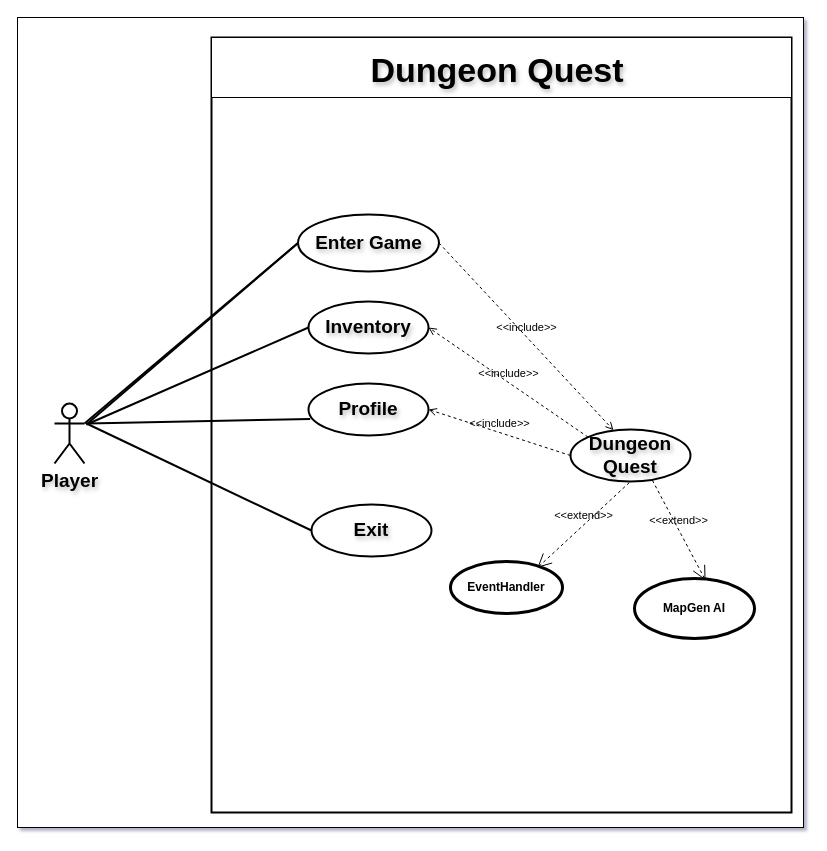
This is documentation/Use_Case.drawio from Bhavishek01/Dungeon_Explorer, a draw.io file, before an edit. Source tidied: cells renumbered, new cells numbered last; positions are measured from the earlier drawing's top-left corner, leaving out a move shared by most shapes. Both pictures are drawn from the tidied source at 100%, with x=0, y=0 at pixel (17, 17).
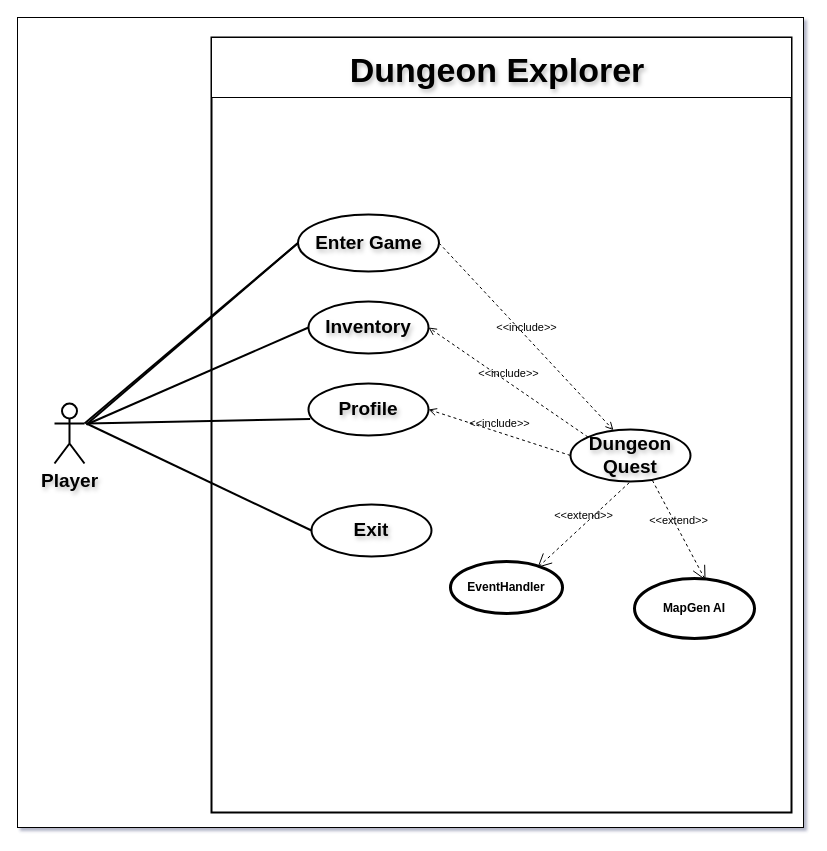
After the change.

Diff of the diagram source:
```diff
@@
-    <mxCell id="14" value="&lt;font style=&quot;font-size: 34px;&quot;&gt;Dungeon Quest&lt;/font&gt;" style="text;html=1;whiteSpace=wrap;strokeColor=none;fillColor=none;align=center;verticalAlign=middle;rounded=0;strokeWidth=2;fontSize=19;textShadow=1;fontStyle=1;" parent="1" vertex="1">
+    <mxCell id="14" value="&lt;font style=&quot;font-size: 34px;&quot;&gt;Dungeon Explorer&lt;/font&gt;" style="text;html=1;whiteSpace=wrap;strokeColor=none;fillColor=none;align=center;verticalAlign=middle;rounded=0;strokeWidth=2;fontSize=19;textShadow=1;fontStyle=1;" parent="1" vertex="1">
       <mxGeometry x="287" y="42.5" width="386" height="21" as="geometry" />
     </mxCell>
```
